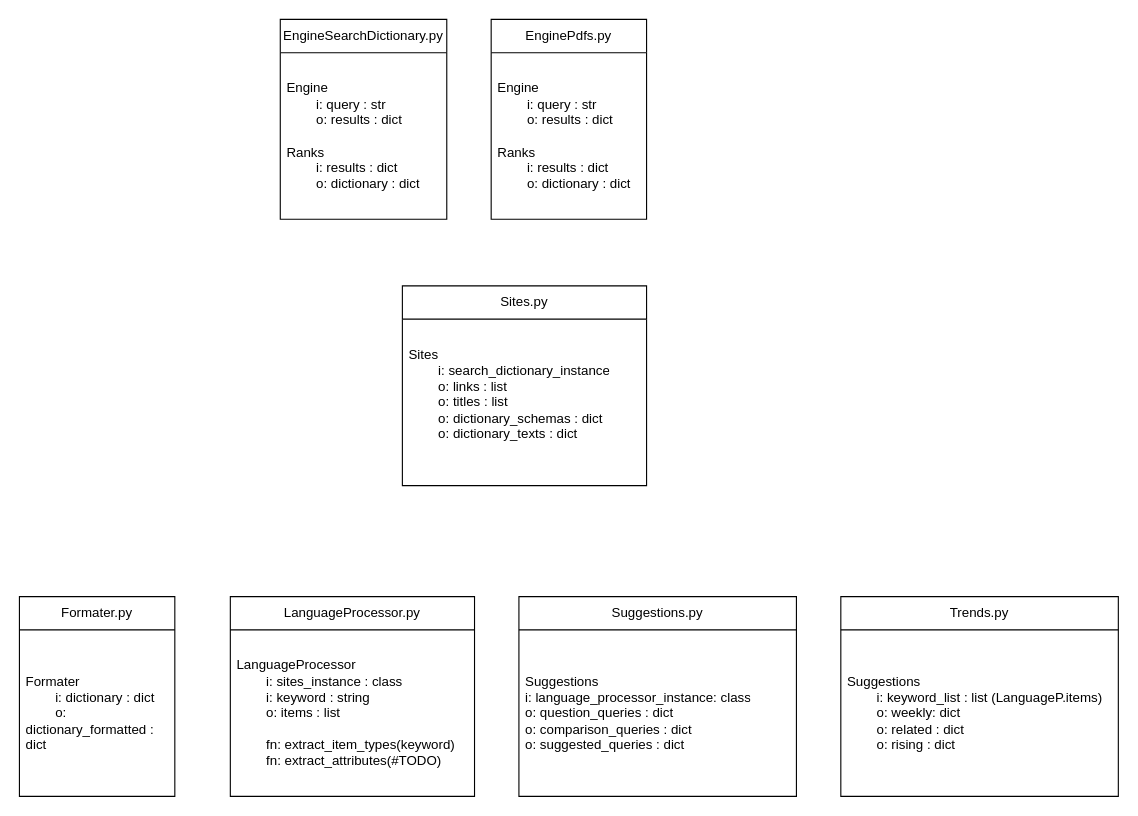
Above: docs/Produkter-v1.drawio in VanAltrades/produkter (draw.io), before the change. Source tidied: cells renumbered, new cells numbered last; positions are measured from the earlier drawing's top-left corner, leaving out a move shared by most shapes. Both pictures are drawn from the tidied source at 111%, with x=0, y=0 at pixel (19, 19).
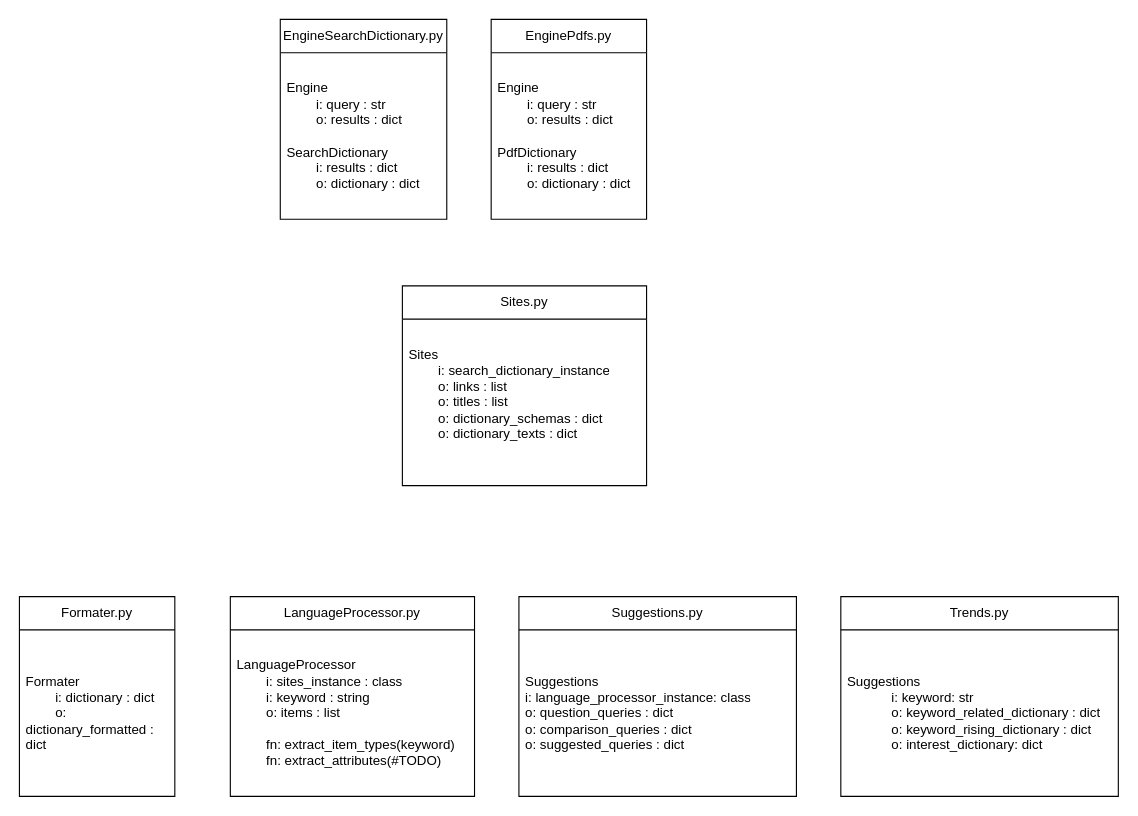
The same page after the edit.

Commit message (it also covers changes not shown here):
add single keyword attempt at produkter's alpha application

Change to the diagram source:
```diff
@@
 <mxGraphModel>
   <root>
     <mxCell id="0" />
     <mxCell id="1" parent="0" />
     <mxCell id="2" value="EngineSearchDictionary.py" style="swimlane;fontStyle=0;horizontal=1;startSize=30;whiteSpace=wrap;html=1;" parent="1" vertex="1">
       <mxGeometry x="235" width="150" height="180" as="geometry" />
     </mxCell>
-    <mxCell id="3" value="Engine&lt;br&gt;&lt;span style=&quot;white-space: pre;&quot;&gt;&#9;&lt;/span&gt;i: query : str&lt;br&gt;&lt;span style=&quot;white-space: pre;&quot;&gt;&#9;&lt;/span&gt;o: results : dict&lt;br&gt;&lt;br&gt;Ranks&lt;br&gt;&lt;span style=&quot;white-space: pre;&quot;&gt;&#9;&lt;/span&gt;i: results : dict&lt;br&gt;&lt;span style=&quot;white-space: pre;&quot;&gt;&#9;&lt;/span&gt;o: dictionary : dict" style="text;strokeColor=none;fillColor=none;align=left;verticalAlign=middle;spacingLeft=4;spacingRight=4;overflow=hidden;whiteSpace=wrap;html=1;" parent="2" vertex="1">
+    <mxCell id="3" value="Engine&lt;br&gt;&lt;span style=&quot;white-space: pre;&quot;&gt;&#9;&lt;/span&gt;i: query : str&lt;br&gt;&lt;span style=&quot;white-space: pre;&quot;&gt;&#9;&lt;/span&gt;o: results : dict&lt;br&gt;&lt;br&gt;SearchDictionary&lt;br&gt;&lt;span style=&quot;white-space: pre;&quot;&gt;&#9;&lt;/span&gt;i: results : dict&lt;br&gt;&lt;span style=&quot;white-space: pre;&quot;&gt;&#9;&lt;/span&gt;o: dictionary : dict" style="text;strokeColor=none;fillColor=none;align=left;verticalAlign=middle;spacingLeft=4;spacingRight=4;overflow=hidden;whiteSpace=wrap;html=1;" parent="2" vertex="1">
       <mxGeometry y="30" width="150" height="150" as="geometry" />
     </mxCell>
     <mxCell id="4" value="Sites.py" style="swimlane;fontStyle=0;horizontal=1;startSize=30;whiteSpace=wrap;html=1;" parent="1" vertex="1">
       <mxGeometry x="345" y="240" width="220" height="180" as="geometry" />
     </mxCell>
     <mxCell id="5" value="Sites&lt;br&gt;&lt;span style=&quot;white-space: pre;&quot;&gt;&#9;&lt;/span&gt;i: search_dictionary_instance&lt;br&gt;&lt;span style=&quot;white-space: pre;&quot;&gt;&#9;&lt;/span&gt;o: links : list&lt;br&gt;&lt;span style=&quot;white-space: pre;&quot;&gt;&#9;&lt;/span&gt;o: titles : list&lt;br&gt;&lt;span style=&quot;white-space: pre;&quot;&gt;&#9;&lt;/span&gt;o: dictionary_schemas : dict&lt;br&gt;&lt;span style=&quot;white-space: pre;&quot;&gt;&#9;&lt;/span&gt;o: dictionary_texts : dict&lt;br&gt;&lt;span style=&quot;white-space: pre;&quot;&gt;&#9;&lt;/span&gt;" style="text;strokeColor=none;fillColor=none;align=left;verticalAlign=middle;spacingLeft=4;spacingRight=4;overflow=hidden;whiteSpace=wrap;html=1;" parent="4" vertex="1">
       <mxGeometry y="30" width="220" height="150" as="geometry" />
     </mxCell>
     <mxCell id="6" value="Formater.py" style="swimlane;fontStyle=0;horizontal=1;startSize=30;whiteSpace=wrap;html=1;" parent="1" vertex="1">
       <mxGeometry y="520" width="140" height="180" as="geometry" />
     </mxCell>
     <mxCell id="7" value="Formater&lt;br&gt;&lt;span style=&quot;white-space: pre;&quot;&gt;&#9;&lt;/span&gt;i: dictionary : dict&lt;br&gt;&lt;span style=&quot;white-space: pre;&quot;&gt;&#9;&lt;/span&gt;o: dictionary_formatted : dict" style="text;strokeColor=none;fillColor=none;align=left;verticalAlign=middle;spacingLeft=4;spacingRight=4;overflow=hidden;whiteSpace=wrap;html=1;" parent="6" vertex="1">
       <mxGeometry y="30" width="140" height="150" as="geometry" />
     </mxCell>
     <mxCell id="8" value="LanguageProcessor.py" style="swimlane;fontStyle=0;horizontal=1;startSize=30;whiteSpace=wrap;html=1;" parent="1" vertex="1">
       <mxGeometry x="190" y="520" width="220" height="180" as="geometry" />
     </mxCell>
     <mxCell id="9" value="LanguageProcessor&lt;br&gt;&lt;span style=&quot;white-space: pre;&quot;&gt;&#9;&lt;/span&gt;i: sites_instance : class&lt;br&gt;&lt;span style=&quot;white-space: pre;&quot;&gt;&lt;span style=&quot;white-space: pre;&quot;&gt;&#9;&lt;/span&gt;i: keyword : string&#9;&lt;/span&gt;&lt;br&gt;&lt;span style=&quot;white-space: pre;&quot;&gt;&#9;&lt;/span&gt;o: items : list&lt;br&gt;&lt;br&gt;&lt;span style=&quot;white-space: pre;&quot;&gt;&#9;&lt;/span&gt;fn: extract_item_types(keyword)&lt;br&gt;&lt;span style=&quot;white-space: pre;&quot;&gt;&#9;&lt;/span&gt;fn: extract_attributes(#TODO)" style="text;strokeColor=none;fillColor=none;align=left;verticalAlign=middle;spacingLeft=4;spacingRight=4;overflow=hidden;whiteSpace=wrap;html=1;" parent="8" vertex="1">
       <mxGeometry y="30" width="220" height="150" as="geometry" />
     </mxCell>
     <mxCell id="10" value="Suggestions.py" style="swimlane;fontStyle=0;horizontal=1;startSize=30;whiteSpace=wrap;html=1;" parent="1" vertex="1">
       <mxGeometry x="450" y="520" width="250" height="180" as="geometry" />
     </mxCell>
     <mxCell id="11" value="Suggestions&lt;br&gt;&lt;span style=&quot;&quot;&gt;&#9;&lt;/span&gt;i: language_processor_instance: class&lt;br&gt;&lt;span style=&quot;&quot;&gt;&#9;&lt;/span&gt;o: question_queries : dict&lt;br&gt;&lt;span style=&quot;&quot;&gt;&lt;/span&gt;o: comparison_queries : dict&lt;br&gt;o: suggested_queries : dict" style="text;strokeColor=none;fillColor=none;align=left;verticalAlign=middle;spacingLeft=4;spacingRight=4;overflow=hidden;whiteSpace=wrap;html=1;" parent="10" vertex="1">
       <mxGeometry y="30" width="250" height="150" as="geometry" />
     </mxCell>
     <mxCell id="12" value="Trends.py" style="swimlane;fontStyle=0;horizontal=1;startSize=30;whiteSpace=wrap;html=1;" parent="1" vertex="1">
       <mxGeometry x="740" y="520" width="250" height="180" as="geometry" />
     </mxCell>
-    <mxCell id="13" value="Suggestions&lt;br&gt;&lt;span style=&quot;&quot;&gt;&#9;&lt;/span&gt;&lt;span style=&quot;white-space: pre;&quot;&gt;&#9;&lt;/span&gt;i: keyword_list : list (LanguageP.items)&lt;br&gt;&lt;span style=&quot;&quot;&gt;&#9;&lt;/span&gt;&lt;span style=&quot;white-space: pre;&quot;&gt;&#9;&lt;/span&gt;o: weekly: dict&lt;br&gt;&lt;span style=&quot;&quot;&gt;&#9;&lt;/span&gt;&lt;span style=&quot;white-space: pre;&quot;&gt;&#9;&lt;/span&gt;o: related : dict&lt;br&gt;&lt;span style=&quot;white-space: pre;&quot;&gt;&#9;&lt;/span&gt;o: rising : dict" style="text;strokeColor=none;fillColor=none;align=left;verticalAlign=middle;spacingLeft=4;spacingRight=4;overflow=hidden;whiteSpace=wrap;html=1;" parent="12" vertex="1">
+    <mxCell id="13" value="Suggestions&lt;br&gt;&lt;span style=&quot;&quot;&gt;&#9;&lt;/span&gt;&lt;span style=&quot;&quot;&gt;&#9;&lt;/span&gt;&lt;blockquote style=&quot;margin: 0 0 0 40px; border: none; padding: 0px;&quot;&gt;i: keyword: str&lt;br&gt;o: keyword_related_dictionary : dict&lt;br&gt;o: keyword_rising_dictionary : dict&lt;br&gt;o: interest_dictionary: dict&lt;/blockquote&gt;" style="text;strokeColor=none;fillColor=none;align=left;verticalAlign=middle;spacingLeft=4;spacingRight=4;overflow=hidden;whiteSpace=wrap;html=1;" parent="12" vertex="1">
       <mxGeometry y="30" width="250" height="150" as="geometry" />
     </mxCell>
     <mxCell id="14" value="EnginePdfs.py" style="swimlane;fontStyle=0;horizontal=1;startSize=30;whiteSpace=wrap;html=1;" parent="1" vertex="1">
       <mxGeometry x="425" width="140" height="180" as="geometry" />
     </mxCell>
-    <mxCell id="15" value="Engine&lt;br&gt;&lt;span style=&quot;white-space: pre;&quot;&gt;&#9;&lt;/span&gt;i: query : str&lt;br&gt;&lt;span style=&quot;white-space: pre;&quot;&gt;&#9;&lt;/span&gt;o: results : dict&lt;br&gt;&lt;br&gt;Ranks&lt;br&gt;&lt;span style=&quot;white-space: pre;&quot;&gt;&#9;&lt;/span&gt;i: results : dict&lt;br&gt;&lt;span style=&quot;white-space: pre;&quot;&gt;&#9;&lt;/span&gt;o: dictionary : dict" style="text;strokeColor=none;fillColor=none;align=left;verticalAlign=middle;spacingLeft=4;spacingRight=4;overflow=hidden;whiteSpace=wrap;html=1;" parent="14" vertex="1">
+    <mxCell id="15" value="Engine&lt;br&gt;&lt;span style=&quot;white-space: pre;&quot;&gt;&#9;&lt;/span&gt;i: query : str&lt;br&gt;&lt;span style=&quot;white-space: pre;&quot;&gt;&#9;&lt;/span&gt;o: results : dict&lt;br&gt;&lt;br&gt;PdfDictionary&lt;br&gt;&lt;span style=&quot;white-space: pre;&quot;&gt;&#9;&lt;/span&gt;i: results : dict&lt;br&gt;&lt;span style=&quot;white-space: pre;&quot;&gt;&#9;&lt;/span&gt;o: dictionary : dict" style="text;strokeColor=none;fillColor=none;align=left;verticalAlign=middle;spacingLeft=4;spacingRight=4;overflow=hidden;whiteSpace=wrap;html=1;" parent="14" vertex="1">
       <mxGeometry y="30" width="140" height="150" as="geometry" />
     </mxCell>
   </root>
 </mxGraphModel>
```
